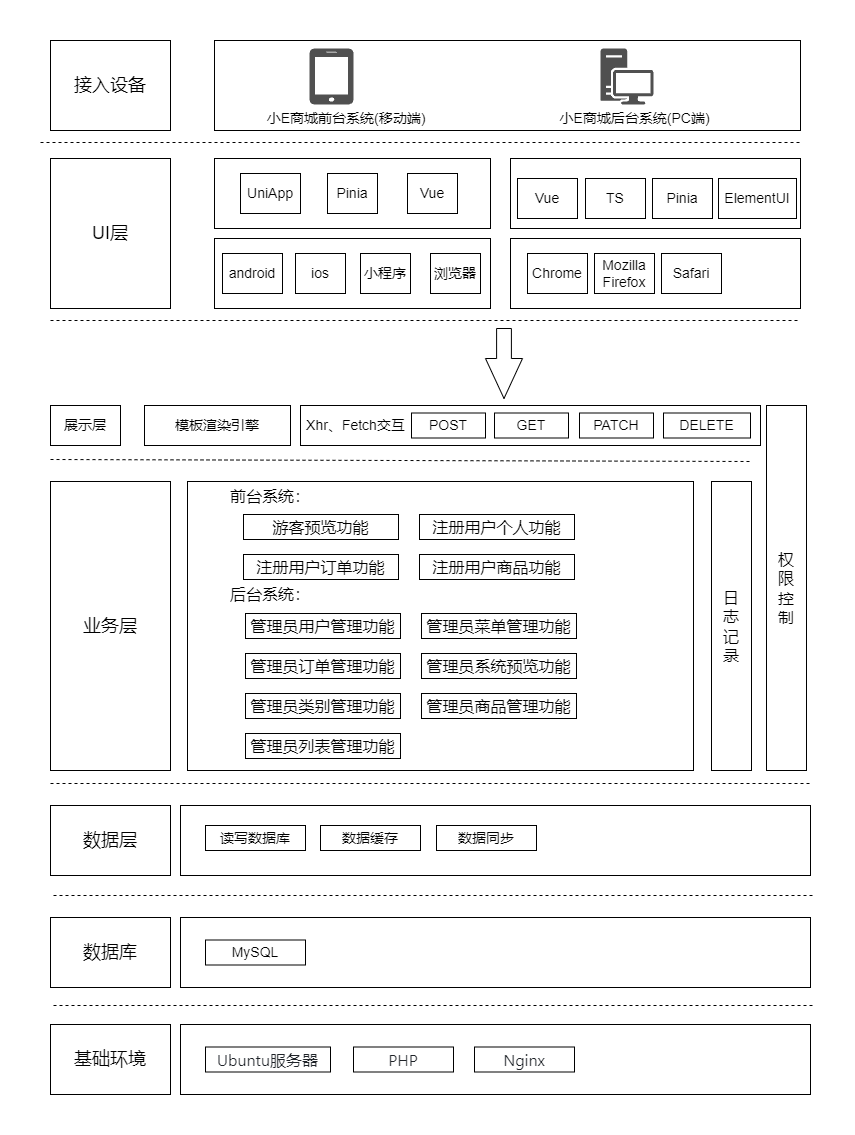
The draw.io diagram picture/structure.png in 484869326/Little_E_Mall, before a commit. Source tidied: cells renumbered, new cells last; positions are measured from the earlier drawing's top-left corner, leaving out a move shared by most shapes.
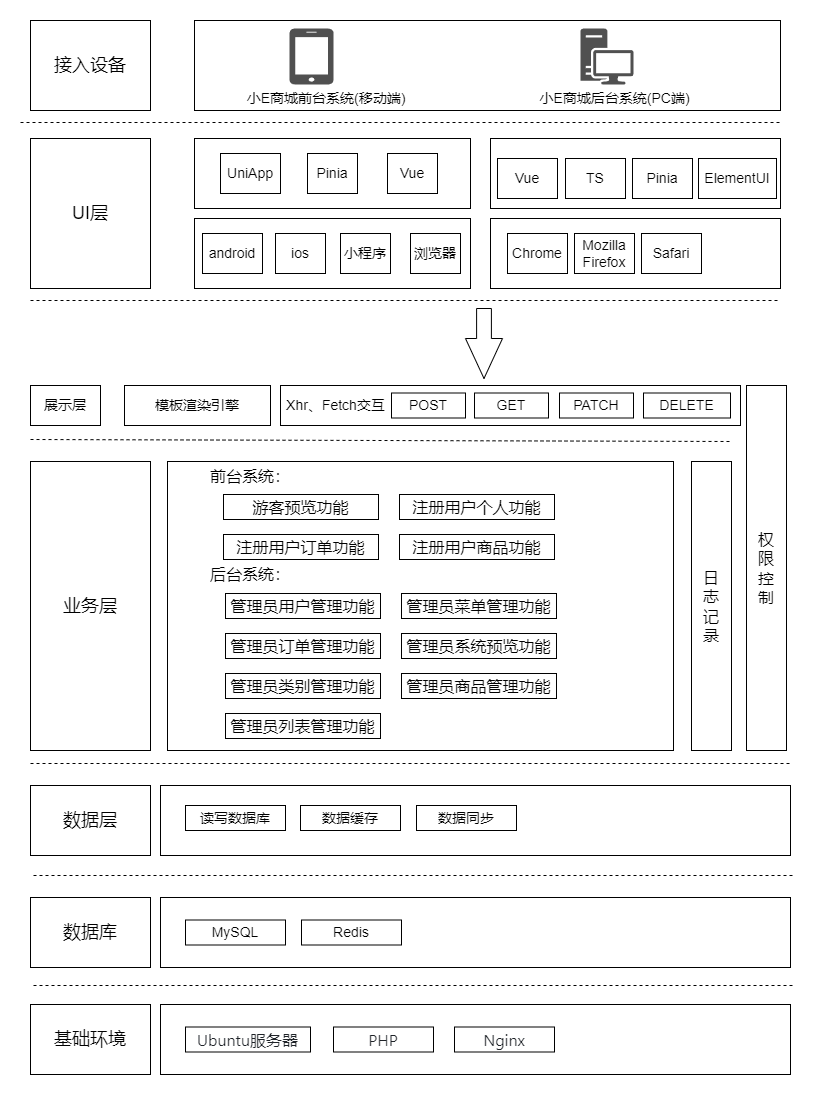
The same file after the commit.

Diff of the diagram source:
```diff
@@ -230,5 +230,8 @@
     <mxCell id="71" value="&lt;font style=&quot;font-size: 16px;&quot;&gt;后台系统：&lt;/font&gt;" style="text;html=1;align=center;verticalAlign=middle;whiteSpace=wrap;rounded=0;" parent="1" vertex="1">
       <mxGeometry x="176" y="539" width="108" height="30" as="geometry" />
     </mxCell>
+    <mxCell id="72" value="&lt;span style=&quot;font-size: 14px;&quot;&gt;Redis&lt;/span&gt;" style="rounded=0;whiteSpace=wrap;html=1;" parent="1" vertex="1">
+      <mxGeometry x="281" y="899.5" width="100" height="25" as="geometry" />
+    </mxCell>
   </root>
 </mxGraphModel>
```
